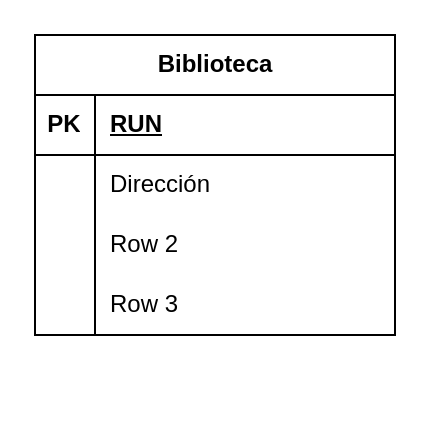
Earlier version of the draw.io diagram Diagrama sin título.drawio (Wiccaos/POO). Source tidied: cells renumbered, new cells numbered last; positions are measured from the earlier drawing's top-left corner, leaving out a move shared by most shapes. Both pictures are drawn from the tidied source at 200%, with x=0, y=0 at pixel (34, 34).
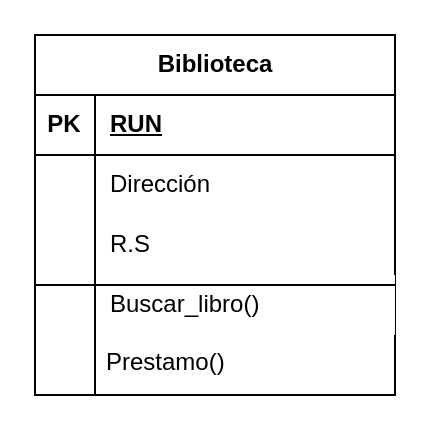
After the change.

What changed in the source:
```diff
@@
 <mxGraphModel>
   <root>
     <mxCell id="0" />
     <mxCell id="1" parent="0" />
-    <mxCell id="2" value="Biblioteca" style="shape=table;startSize=30;childLayout=tableLayout;rowLines=0;fontStyle=1;align=center;html=1;" parent="1" vertex="1">
-      <mxGeometry width="180" height="150" as="geometry" />
+    <mxCell id="2" value="Biblioteca" style="shape=table;startSize=30;childLayout=tableLayout;rowLines=0;fontStyle=1;align=center;html=1;strokeColor=default;rounded=0;swimlaneLine=1;shadow=0;fillColor=default;" parent="1" vertex="1">
+      <mxGeometry width="180" height="180" as="geometry" />
     </mxCell>
     <mxCell id="3" style="shape=tableRow;horizontal=0;startSize=0;swimlaneHead=0;swimlaneBody=0;fillColor=none;top=0;left=0;right=0;bottom=1;" parent="2" vertex="1">
       <mxGeometry y="30" width="180" height="30" as="geometry" />
     </mxCell>
     <mxCell id="4" value="PK" style="shape=partialRectangle;fillColor=none;top=0;left=0;bottom=0;right=0;fontStyle=1;overflow=hidden;whiteSpace=wrap;html=1;" parent="3" vertex="1">
       <mxGeometry width="30" height="30" as="geometry" />
     </mxCell>
     <mxCell id="5" value="RUN" style="shape=partialRectangle;fillColor=none;top=0;left=0;bottom=0;right=0;align=left;spacingLeft=6;fontStyle=5;overflow=hidden;whiteSpace=wrap;html=1;" parent="3" vertex="1">
       <mxGeometry x="30" width="150" height="30" as="geometry" />
     </mxCell>
     <mxCell id="6" style="shape=tableRow;horizontal=0;startSize=0;swimlaneHead=0;swimlaneBody=0;fillColor=none;top=0;left=0;right=0;bottom=0;" parent="2" vertex="1">
       <mxGeometry y="60" width="180" height="30" as="geometry" />
     </mxCell>
     <mxCell id="7" style="shape=partialRectangle;fillColor=none;top=0;left=0;bottom=0;right=0;overflow=hidden;whiteSpace=wrap;html=1;" parent="6" vertex="1">
       <mxGeometry width="30" height="30" as="geometry" />
     </mxCell>
     <mxCell id="8" value="Dirección" style="shape=partialRectangle;fillColor=none;top=0;left=0;bottom=0;right=0;align=left;spacingLeft=6;overflow=hidden;whiteSpace=wrap;html=1;" parent="6" vertex="1">
       <mxGeometry x="30" width="150" height="30" as="geometry" />
     </mxCell>
     <mxCell id="9" style="shape=tableRow;horizontal=0;startSize=0;swimlaneHead=0;swimlaneBody=0;fillColor=none;top=0;left=0;right=0;bottom=0;" parent="2" vertex="1">
       <mxGeometry y="90" width="180" height="30" as="geometry" />
     </mxCell>
     <mxCell id="10" style="shape=partialRectangle;fillColor=none;top=0;left=0;bottom=0;right=0;overflow=hidden;whiteSpace=wrap;html=1;" parent="9" vertex="1">
       <mxGeometry width="30" height="30" as="geometry" />
     </mxCell>
-    <mxCell id="11" value="Row 2" style="shape=partialRectangle;fillColor=none;top=0;left=0;bottom=0;right=0;align=left;spacingLeft=6;overflow=hidden;whiteSpace=wrap;html=1;" parent="9" vertex="1">
+    <mxCell id="11" value="R.S" style="shape=partialRectangle;fillColor=none;top=0;left=0;bottom=0;right=0;align=left;spacingLeft=6;overflow=hidden;whiteSpace=wrap;html=1;" parent="9" vertex="1">
       <mxGeometry x="30" width="150" height="30" as="geometry" />
     </mxCell>
     <mxCell id="12" style="shape=tableRow;horizontal=0;startSize=0;swimlaneHead=0;swimlaneBody=0;fillColor=none;top=0;left=0;right=0;bottom=0;" parent="2" vertex="1">
       <mxGeometry y="120" width="180" height="30" as="geometry" />
     </mxCell>
     <mxCell id="13" style="shape=partialRectangle;fillColor=none;top=0;left=0;bottom=0;right=0;overflow=hidden;whiteSpace=wrap;html=1;" parent="12" vertex="1">
       <mxGeometry width="30" height="30" as="geometry" />
     </mxCell>
-    <mxCell id="14" value="Row 3" style="shape=partialRectangle;fillColor=none;top=0;left=0;bottom=0;right=0;align=left;spacingLeft=6;overflow=hidden;whiteSpace=wrap;html=1;" parent="12" vertex="1">
+    <mxCell id="14" value="Buscar_libro()" style="shape=partialRectangle;fillColor=default;top=0;left=0;bottom=0;right=0;align=left;spacingLeft=6;overflow=hidden;whiteSpace=wrap;html=1;shadow=0;strokeColor=default;gradientColor=none;" parent="12" vertex="1">
       <mxGeometry x="30" width="150" height="30" as="geometry" />
     </mxCell>
+    <mxCell id="15" style="line;strokeWidth=1;dashed=0;labelPosition=right;align=left;verticalAlign=middle;spacingTop=0;spacingLeft=6;" parent="1" vertex="1">
+      <mxGeometry y="120" width="180" height="10" as="geometry" />
+    </mxCell>
+    <mxCell id="16" value="Prestamo()" style="text;strokeColor=none;fillColor=none;spacingLeft=4;spacingRight=4;overflow=hidden;fontSize=12;whiteSpace=wrap;html=1;" parent="1" vertex="1">
+      <mxGeometry x="30" y="150" width="150" height="30" as="geometry" />
+    </mxCell>
+    <mxCell id="17" style="line;strokeWidth=1;fillColor=none;align=left;verticalAlign=middle;spacingTop=-1;spacingLeft=3;spacingRight=3;labelPosition=right;strokeColor=inherit;direction=south;" parent="1" vertex="1">
+      <mxGeometry x="21" y="120" width="18" height="60" as="geometry" />
+    </mxCell>
   </root>
 </mxGraphModel>
```
